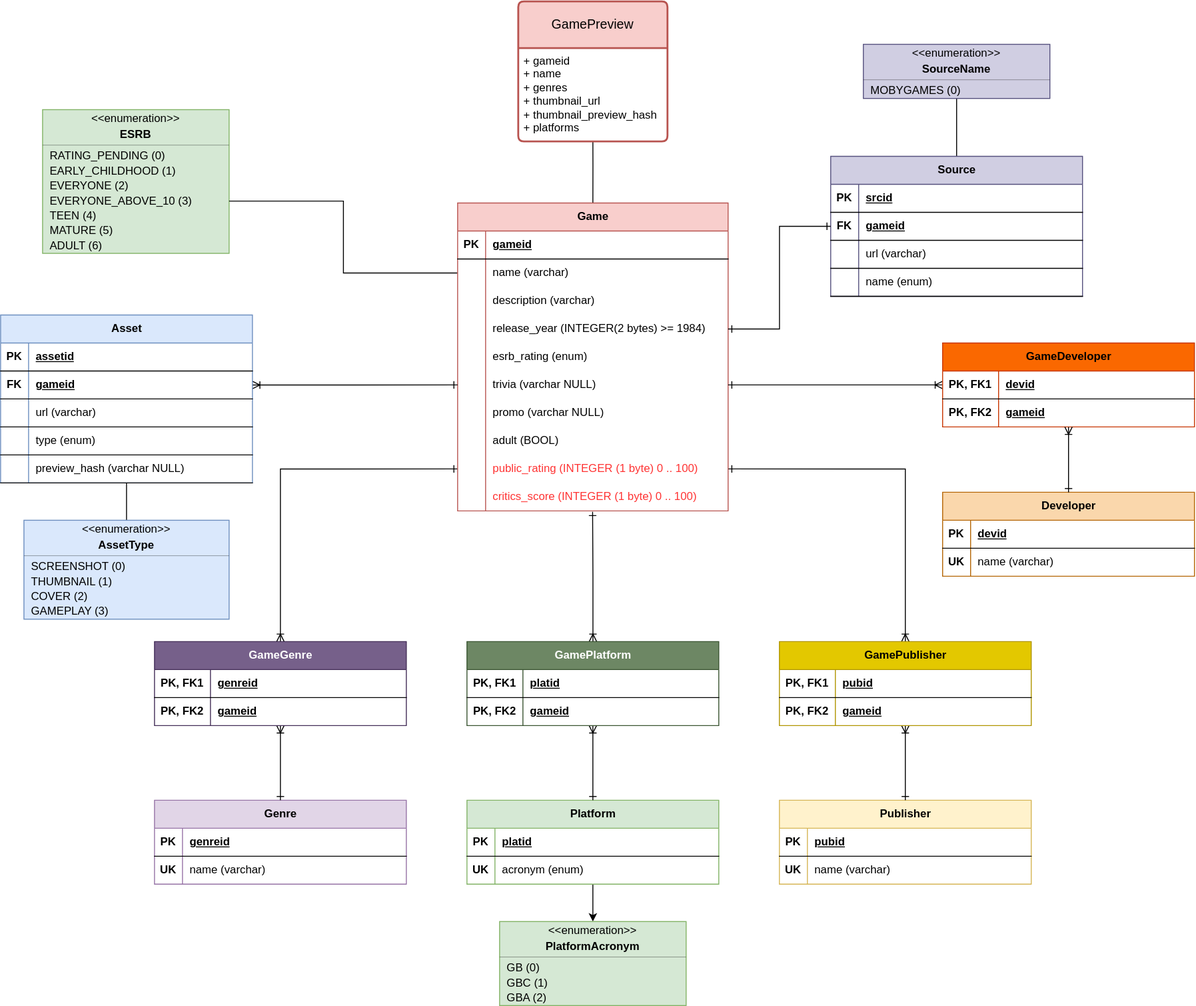
Above: database/schema.svg in freitzzz/gameboy-db-api (draw.io), before the change. Source tidied: cells renumbered, new cells last; positions are measured from the earlier drawing's top-left corner, leaving out a move shared by most shapes.
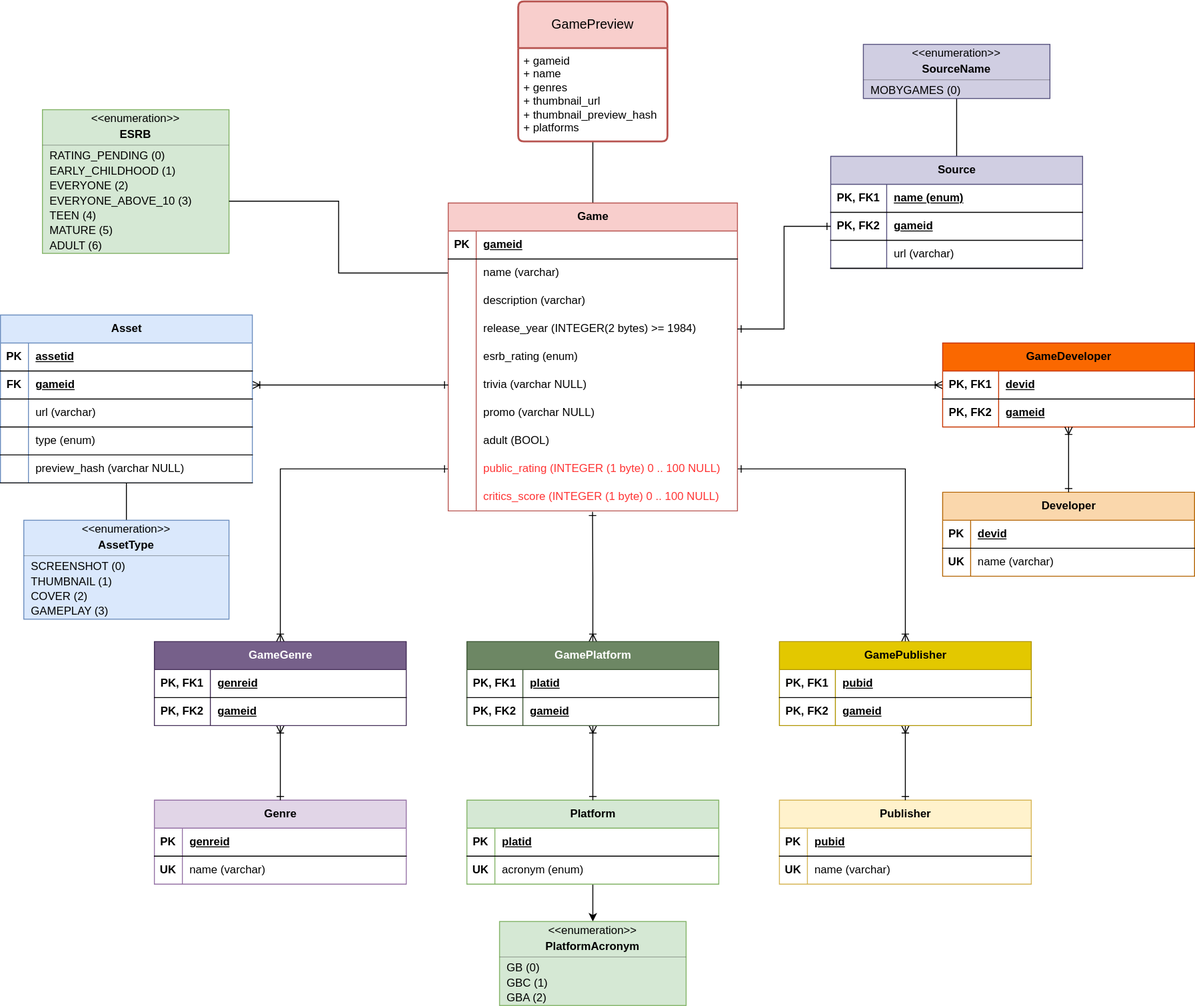
Above is the later version.

Commit message:
fix(database): acronym check, optimize Source table

The edit, as a diff of the source:
```diff
@@ -198,97 +198,97 @@
       </mxGeometry>
     </mxCell>
     <mxCell id="64" value="Game" style="shape=table;startSize=30;rowLines=0;fontStyle=1;align=center;html=1;fillColor=#f8cecc;strokeColor=#b85450;" parent="1" vertex="1">
-      <mxGeometry x="490" y="216" width="290" height="330" as="geometry" />
+      <mxGeometry x="480" y="216" width="310" height="330" as="geometry" />
     </mxCell>
     <mxCell id="65" style="shape=tableRow;horizontal=0;startSize=0;swimlaneHead=0;swimlaneBody=0;fillColor=none;top=0;left=0;right=0;bottom=1;" parent="64" vertex="1">
-      <mxGeometry y="30" width="290" height="30" as="geometry" />
+      <mxGeometry y="30" width="310" height="30" as="geometry" />
     </mxCell>
     <mxCell id="66" value="PK" style="shape=partialRectangle;fillColor=none;top=0;left=0;bottom=0;right=0;fontStyle=1;overflow=hidden;whiteSpace=wrap;html=1;" parent="65" vertex="1">
       <mxGeometry width="30" height="30" as="geometry" />
     </mxCell>
     <mxCell id="67" value="gameid" style="shape=partialRectangle;fillColor=none;top=0;left=0;bottom=0;right=0;align=left;spacingLeft=6;fontStyle=5;overflow=hidden;whiteSpace=wrap;html=1;" parent="65" vertex="1">
-      <mxGeometry x="30" width="260" height="30" as="geometry" />
+      <mxGeometry x="30" width="280" height="30" as="geometry" />
     </mxCell>
     <mxCell id="68" style="shape=tableRow;horizontal=0;startSize=0;swimlaneHead=0;swimlaneBody=0;fillColor=none;points=[[0,0.5],[1,0.5]];portConstraint=eastwest;top=0;left=0;right=0;bottom=0;" parent="64" vertex="1">
-      <mxGeometry y="60" width="290" height="30" as="geometry" />
+      <mxGeometry y="60" width="310" height="30" as="geometry" />
     </mxCell>
     <mxCell id="69" style="shape=partialRectangle;fillColor=none;top=0;left=0;bottom=0;right=0;overflow=hidden;whiteSpace=wrap;html=1;" parent="68" vertex="1">
       <mxGeometry width="30" height="30" as="geometry" />
     </mxCell>
     <mxCell id="70" value="name (varchar)" style="shape=partialRectangle;fillColor=none;top=0;left=0;bottom=0;right=0;align=left;spacingLeft=6;overflow=hidden;whiteSpace=wrap;html=1;" parent="68" vertex="1">
-      <mxGeometry x="30" width="260" height="30" as="geometry" />
+      <mxGeometry x="30" width="280" height="30" as="geometry" />
     </mxCell>
     <mxCell id="71" style="shape=tableRow;horizontal=0;startSize=0;swimlaneHead=0;swimlaneBody=0;fillColor=none;top=0;left=0;right=0;bottom=0;" parent="64" vertex="1">
-      <mxGeometry y="90" width="290" height="30" as="geometry" />
+      <mxGeometry y="90" width="310" height="30" as="geometry" />
     </mxCell>
     <mxCell id="72" style="shape=partialRectangle;fillColor=none;top=0;left=0;bottom=0;right=0;overflow=hidden;whiteSpace=wrap;html=1;" parent="71" vertex="1">
       <mxGeometry width="30" height="30" as="geometry" />
     </mxCell>
     <mxCell id="73" value="description (varchar)" style="shape=partialRectangle;fillColor=none;top=0;left=0;bottom=0;right=0;align=left;spacingLeft=6;overflow=hidden;whiteSpace=wrap;html=1;" parent="71" vertex="1">
-      <mxGeometry x="30" width="260" height="30" as="geometry" />
+      <mxGeometry x="30" width="280" height="30" as="geometry" />
     </mxCell>
     <mxCell id="74" style="shape=tableRow;horizontal=0;startSize=0;swimlaneHead=0;swimlaneBody=0;fillColor=none;points=[[0,0.5],[1,0.5]];portConstraint=eastwest;top=0;left=0;right=0;bottom=0;" parent="64" vertex="1">
-      <mxGeometry y="120" width="290" height="30" as="geometry" />
+      <mxGeometry y="120" width="310" height="30" as="geometry" />
     </mxCell>
     <mxCell id="75" style="shape=partialRectangle;fillColor=none;top=0;left=0;bottom=0;right=0;overflow=hidden;whiteSpace=wrap;html=1;" parent="74" vertex="1">
       <mxGeometry width="30" height="30" as="geometry" />
     </mxCell>
     <mxCell id="76" value="release_year (INTEGER(2 bytes) &amp;gt;= 1984)" style="shape=partialRectangle;fillColor=none;top=0;left=0;bottom=0;right=0;align=left;spacingLeft=6;overflow=hidden;whiteSpace=wrap;html=1;" parent="74" vertex="1">
-      <mxGeometry x="30" width="260" height="30" as="geometry" />
+      <mxGeometry x="30" width="280" height="30" as="geometry" />
     </mxCell>
     <mxCell id="77" style="shape=tableRow;horizontal=0;startSize=0;swimlaneHead=0;swimlaneBody=0;fillColor=none;top=0;left=0;right=0;bottom=0;" parent="64" vertex="1">
-      <mxGeometry y="150" width="290" height="30" as="geometry" />
+      <mxGeometry y="150" width="310" height="30" as="geometry" />
     </mxCell>
     <mxCell id="78" style="shape=partialRectangle;fillColor=none;top=0;left=0;bottom=0;right=0;overflow=hidden;whiteSpace=wrap;html=1;" parent="77" vertex="1">
       <mxGeometry width="30" height="30" as="geometry" />
     </mxCell>
     <mxCell id="79" value="esrb_rating (enum)" style="shape=partialRectangle;fillColor=none;top=0;left=0;bottom=0;right=0;align=left;spacingLeft=6;overflow=hidden;whiteSpace=wrap;html=1;" parent="77" vertex="1">
-      <mxGeometry x="30" width="260" height="30" as="geometry" />
+      <mxGeometry x="30" width="280" height="30" as="geometry" />
     </mxCell>
     <mxCell id="80" style="shape=tableRow;horizontal=0;startSize=0;swimlaneHead=0;swimlaneBody=0;fillColor=none;points=[[0,0.5],[1,0.5]];portConstraint=eastwest;top=0;left=0;right=0;bottom=0;" parent="64" vertex="1">
-      <mxGeometry y="180" width="290" height="30" as="geometry" />
+      <mxGeometry y="180" width="310" height="30" as="geometry" />
     </mxCell>
     <mxCell id="81" style="shape=partialRectangle;fillColor=none;top=0;left=0;bottom=0;right=0;overflow=hidden;whiteSpace=wrap;html=1;" parent="80" vertex="1">
       <mxGeometry width="30" height="30" as="geometry" />
     </mxCell>
     <mxCell id="82" value="trivia (varchar NULL)" style="shape=partialRectangle;fillColor=none;top=0;left=0;bottom=0;right=0;align=left;spacingLeft=6;overflow=hidden;whiteSpace=wrap;html=1;" parent="80" vertex="1">
-      <mxGeometry x="30" width="260" height="30" as="geometry" />
+      <mxGeometry x="30" width="280" height="30" as="geometry" />
     </mxCell>
     <mxCell id="83" style="shape=tableRow;horizontal=0;startSize=0;swimlaneHead=0;swimlaneBody=0;fillColor=none;top=0;left=0;right=0;bottom=0;" parent="64" vertex="1">
-      <mxGeometry y="210" width="290" height="30" as="geometry" />
+      <mxGeometry y="210" width="310" height="30" as="geometry" />
     </mxCell>
     <mxCell id="84" style="shape=partialRectangle;fillColor=none;top=0;left=0;bottom=0;right=0;overflow=hidden;whiteSpace=wrap;html=1;" parent="83" vertex="1">
       <mxGeometry width="30" height="30" as="geometry" />
     </mxCell>
     <mxCell id="85" value="promo (varchar NULL)" style="shape=partialRectangle;fillColor=none;top=0;left=0;bottom=0;right=0;align=left;spacingLeft=6;overflow=hidden;whiteSpace=wrap;html=1;" parent="83" vertex="1">
-      <mxGeometry x="30" width="260" height="30" as="geometry" />
+      <mxGeometry x="30" width="280" height="30" as="geometry" />
     </mxCell>
     <mxCell id="86" style="shape=tableRow;horizontal=0;startSize=0;swimlaneHead=0;swimlaneBody=0;fillColor=none;top=0;left=0;right=0;bottom=0;" parent="64" vertex="1">
-      <mxGeometry y="240" width="290" height="30" as="geometry" />
+      <mxGeometry y="240" width="310" height="30" as="geometry" />
     </mxCell>
     <mxCell id="87" style="shape=partialRectangle;fillColor=none;top=0;left=0;bottom=0;right=0;overflow=hidden;whiteSpace=wrap;html=1;" parent="86" vertex="1">
       <mxGeometry width="30" height="30" as="geometry" />
     </mxCell>
     <mxCell id="88" value="adult (BOOL)" style="shape=partialRectangle;fillColor=none;top=0;left=0;bottom=0;right=0;align=left;spacingLeft=6;overflow=hidden;whiteSpace=wrap;html=1;" parent="86" vertex="1">
-      <mxGeometry x="30" width="260" height="30" as="geometry" />
+      <mxGeometry x="30" width="280" height="30" as="geometry" />
     </mxCell>
     <mxCell id="89" style="shape=tableRow;horizontal=0;startSize=0;swimlaneHead=0;swimlaneBody=0;fillColor=none;points=[[0,0.5],[1,0.5]];portConstraint=eastwest;top=0;left=0;right=0;bottom=0;" parent="64" vertex="1">
-      <mxGeometry y="270" width="290" height="30" as="geometry" />
+      <mxGeometry y="270" width="310" height="30" as="geometry" />
     </mxCell>
     <mxCell id="90" style="shape=partialRectangle;fillColor=none;top=0;left=0;bottom=0;right=0;overflow=hidden;whiteSpace=wrap;html=1;" parent="89" vertex="1">
       <mxGeometry width="30" height="30" as="geometry" />
     </mxCell>
-    <mxCell id="91" value="&lt;span style=&quot;color: rgb(255, 51, 51);&quot;&gt;public_rating (INTEGER (1 byte) 0 .. 100)&lt;/span&gt;" style="shape=partialRectangle;fillColor=none;top=0;left=0;bottom=0;right=0;align=left;spacingLeft=6;overflow=hidden;whiteSpace=wrap;html=1;" parent="89" vertex="1">
-      <mxGeometry x="30" width="260" height="30" as="geometry" />
+    <mxCell id="91" value="&lt;span style=&quot;color: rgb(255, 51, 51);&quot;&gt;public_rating (INTEGER (1 byte) 0 .. 100 NULL)&lt;/span&gt;" style="shape=partialRectangle;fillColor=none;top=0;left=0;bottom=0;right=0;align=left;spacingLeft=6;overflow=hidden;whiteSpace=wrap;html=1;" parent="89" vertex="1">
+      <mxGeometry x="30" width="280" height="30" as="geometry" />
     </mxCell>
     <mxCell id="92" style="shape=tableRow;horizontal=0;startSize=0;swimlaneHead=0;swimlaneBody=0;fillColor=none;points=[[0,0.5],[1,0.5]];portConstraint=eastwest;top=0;left=0;right=0;bottom=0;" parent="64" vertex="1">
-      <mxGeometry y="300" width="290" height="30" as="geometry" />
+      <mxGeometry y="300" width="310" height="30" as="geometry" />
     </mxCell>
     <mxCell id="93" style="shape=partialRectangle;fillColor=none;top=0;left=0;bottom=0;right=0;overflow=hidden;whiteSpace=wrap;html=1;" parent="92" vertex="1">
       <mxGeometry width="30" height="30" as="geometry" />
     </mxCell>
-    <mxCell id="94" value="&lt;span style=&quot;color: rgb(255, 51, 51);&quot;&gt;critics_score (INTEGER (1 byte) 0 .. 100)&lt;/span&gt;" style="shape=partialRectangle;fillColor=none;top=0;left=0;bottom=0;right=0;align=left;spacingLeft=6;overflow=hidden;whiteSpace=wrap;html=1;" parent="92" vertex="1">
-      <mxGeometry x="30" width="260" height="30" as="geometry" />
+    <mxCell id="94" value="&lt;span style=&quot;color: rgb(255, 51, 51);&quot;&gt;critics_score (INTEGER (1 byte) 0 .. 100 NULL)&lt;/span&gt;" style="shape=partialRectangle;fillColor=none;top=0;left=0;bottom=0;right=0;align=left;spacingLeft=6;overflow=hidden;whiteSpace=wrap;html=1;" parent="92" vertex="1">
+      <mxGeometry x="30" width="280" height="30" as="geometry" />
     </mxCell>
     <mxCell id="95" value="Developer" style="shape=table;startSize=30;rowLines=0;fontStyle=1;align=center;html=1;fillColor=#fad7ac;strokeColor=#b46504;" parent="1" vertex="1">
       <mxGeometry x="1010" y="526" width="270" height="90" as="geometry" />
@@ -431,44 +431,35 @@
       <mxGeometry relative="1" as="geometry" />
     </mxCell>
     <mxCell id="140" value="Source" style="shape=table;startSize=30;rowLines=0;fontStyle=1;align=center;html=1;fillColor=#d0cee2;strokeColor=#56517e;" parent="1" vertex="1">
-      <mxGeometry x="890" y="166" width="270" height="150" as="geometry" />
+      <mxGeometry x="890" y="166" width="270" height="120" as="geometry" />
     </mxCell>
     <mxCell id="141" style="shape=tableRow;horizontal=0;startSize=0;swimlaneHead=0;swimlaneBody=0;fillColor=none;top=0;left=0;right=0;bottom=1;" parent="140" vertex="1">
       <mxGeometry y="30" width="270" height="30" as="geometry" />
     </mxCell>
-    <mxCell id="142" value="PK" style="shape=partialRectangle;fillColor=none;top=0;left=0;bottom=0;right=0;fontStyle=1;overflow=hidden;whiteSpace=wrap;html=1;" parent="141" vertex="1">
-      <mxGeometry width="30" height="30" as="geometry" />
+    <mxCell id="142" value="PK, FK1" style="shape=partialRectangle;fillColor=none;top=0;left=0;bottom=0;right=0;fontStyle=1;overflow=hidden;whiteSpace=wrap;html=1;" parent="141" vertex="1">
+      <mxGeometry width="60" height="30" as="geometry" />
     </mxCell>
-    <mxCell id="143" value="srcid" style="shape=partialRectangle;fillColor=none;top=0;left=0;bottom=0;right=0;align=left;spacingLeft=6;fontStyle=5;overflow=hidden;whiteSpace=wrap;html=1;" parent="141" vertex="1">
-      <mxGeometry x="30" width="240" height="30" as="geometry" />
+    <mxCell id="143" value="name (enum)" style="shape=partialRectangle;fillColor=none;top=0;left=0;bottom=0;right=0;align=left;spacingLeft=6;fontStyle=5;overflow=hidden;whiteSpace=wrap;html=1;" parent="141" vertex="1">
+      <mxGeometry x="60" width="210" height="30" as="geometry" />
     </mxCell>
     <mxCell id="144" style="shape=tableRow;horizontal=0;startSize=0;swimlaneHead=0;swimlaneBody=0;fillColor=none;points=[[0,0.5],[1,0.5]];portConstraint=eastwest;top=0;left=0;right=0;bottom=1;" parent="140" vertex="1">
       <mxGeometry y="60" width="270" height="30" as="geometry" />
     </mxCell>
-    <mxCell id="145" value="&lt;span style=&quot;font-weight: 700;&quot;&gt;FK&lt;/span&gt;" style="shape=partialRectangle;fillColor=none;top=0;left=0;bottom=0;right=0;overflow=hidden;whiteSpace=wrap;html=1;" parent="144" vertex="1">
-      <mxGeometry width="30" height="30" as="geometry" />
+    <mxCell id="145" value="&lt;span style=&quot;font-weight: 700;&quot;&gt;PK, FK2&lt;/span&gt;" style="shape=partialRectangle;fillColor=none;top=0;left=0;bottom=0;right=0;overflow=hidden;whiteSpace=wrap;html=1;" parent="144" vertex="1">
+      <mxGeometry width="60" height="30" as="geometry" />
     </mxCell>
     <mxCell id="146" value="&lt;b&gt;&lt;u&gt;gameid&lt;/u&gt;&lt;/b&gt;" style="shape=partialRectangle;fillColor=none;top=0;left=0;bottom=0;right=0;align=left;spacingLeft=6;overflow=hidden;whiteSpace=wrap;html=1;" parent="144" vertex="1">
-      <mxGeometry x="30" width="240" height="30" as="geometry" />
+      <mxGeometry x="60" width="210" height="30" as="geometry" />
     </mxCell>
     <mxCell id="147" style="shape=tableRow;horizontal=0;startSize=0;swimlaneHead=0;swimlaneBody=0;fillColor=none;top=0;left=0;right=0;bottom=1;" parent="140" vertex="1">
       <mxGeometry y="90" width="270" height="30" as="geometry" />
     </mxCell>
     <mxCell id="148" style="shape=partialRectangle;fillColor=none;top=0;left=0;bottom=0;right=0;overflow=hidden;whiteSpace=wrap;html=1;" parent="147" vertex="1">
-      <mxGeometry width="30" height="30" as="geometry" />
+      <mxGeometry width="60" height="30" as="geometry" />
     </mxCell>
     <mxCell id="149" value="url (varchar)" style="shape=partialRectangle;fillColor=none;top=0;left=0;bottom=0;right=0;align=left;spacingLeft=6;overflow=hidden;whiteSpace=wrap;html=1;" parent="147" vertex="1">
-      <mxGeometry x="30" width="240" height="30" as="geometry" />
+      <mxGeometry x="60" width="210" height="30" as="geometry" />
     </mxCell>
-    <mxCell id="150" style="shape=tableRow;horizontal=0;startSize=0;swimlaneHead=0;swimlaneBody=0;fillColor=none;top=0;left=0;right=0;bottom=1;" parent="140" vertex="1">
-      <mxGeometry y="120" width="270" height="30" as="geometry" />
-    </mxCell>
-    <mxCell id="151" style="shape=partialRectangle;fillColor=none;top=0;left=0;bottom=0;right=0;overflow=hidden;whiteSpace=wrap;html=1;" parent="150" vertex="1">
-      <mxGeometry width="30" height="30" as="geometry" />
-    </mxCell>
-    <mxCell id="152" value="name (enum)" style="shape=partialRectangle;fillColor=none;top=0;left=0;bottom=0;right=0;align=left;spacingLeft=6;overflow=hidden;whiteSpace=wrap;html=1;" parent="150" vertex="1">
-      <mxGeometry x="30" width="240" height="30" as="geometry" />
-    </mxCell>
     <mxCell id="153" style="edgeStyle=orthogonalEdgeStyle;rounded=0;jettySize=auto;html=1;entryX=0;entryY=0.5;entryDx=0;entryDy=0;endArrow=ERone;endFill=0;startArrow=ERone;startFill=0;" parent="1" edge="1" source="74" target="144">
       <mxGeometry relative="1" as="geometry" />
     </mxCell>
```
